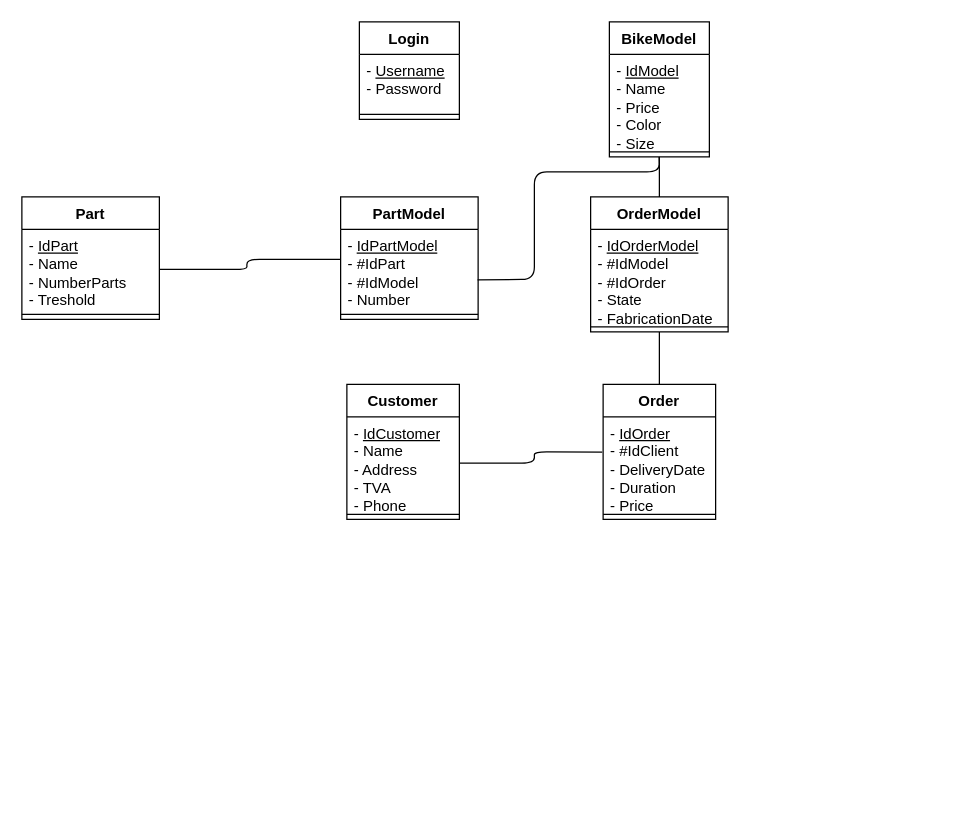
Above: Diagrams/DatabaseDiagram.drawio in alex210501/GigaBike (draw.io), before the change. Source tidied: cells renumbered, new cells numbered last; positions are measured from the earlier drawing's top-left corner, leaving out a move shared by most shapes. Both pictures are drawn from the tidied source at 125%, with x=0, y=0 at pixel (21, 21).
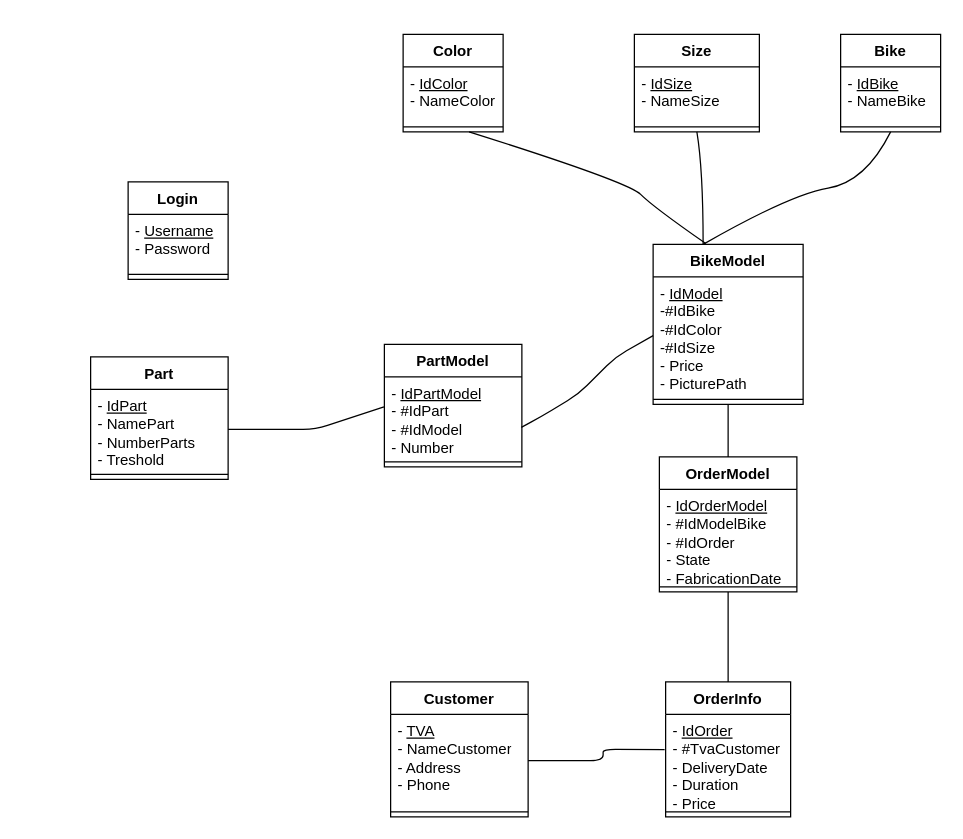
After the change.

Unchanged cells that the change refers to:
```xml
<mxCell id="18" value="- &lt;u&gt;IdPartModel&lt;/u&gt;&lt;br&gt;- #IdPart&lt;br&gt;- #IdModel&lt;br&gt;- Number" style="text;strokeColor=none;fillColor=none;align=left;verticalAlign=top;spacingLeft=4;spacingRight=4;overflow=hidden;points=[[0,0.5],[1,0.5]];portConstraint=eastwest;fontStyle=0;html=1;" parent="17" vertex="1">
  <mxGeometry y="26" width="110" height="64" as="geometry" />
</mxCell>
```

What changed in the source:
```diff
@@
     <mxCell id="2" value="Login" style="swimlane;fontStyle=1;align=center;verticalAlign=top;horizontal=1;startSize=26;" parent="1" vertex="1">
-      <mxGeometry x="270" width="80" height="78" as="geometry" />
+      <mxGeometry x="85" y="128" width="80" height="78" as="geometry" />
     </mxCell>
@@
     <mxCell id="5" value="BikeModel" style="swimlane;fontStyle=1;align=center;verticalAlign=top;horizontal=1;startSize=26;" parent="1" vertex="1">
-      <mxGeometry x="470" width="80" height="108" as="geometry" />
+      <mxGeometry x="505" y="178" width="120" height="128" as="geometry" />
     </mxCell>
-    <mxCell id="6" value="- &lt;u&gt;IdModel&lt;/u&gt;&lt;br&gt;- Name&lt;br&gt;- Price&lt;br&gt;- Color&lt;br&gt;- Size" style="text;strokeColor=none;fillColor=none;align=left;verticalAlign=top;spacingLeft=4;spacingRight=4;overflow=hidden;points=[[0,0.5],[1,0.5]];portConstraint=eastwest;fontStyle=0;html=1;" parent="5" vertex="1">
-      <mxGeometry y="26" width="80" height="74" as="geometry" />
+    <mxCell id="6" value="- &lt;u&gt;IdModel&lt;/u&gt;&lt;br&gt;-#IdBike&lt;br&gt;-#IdColor&lt;br&gt;-#IdSize&lt;br&gt;- Price&lt;br&gt;- PicturePath" style="text;strokeColor=none;fillColor=none;align=left;verticalAlign=top;spacingLeft=4;spacingRight=4;overflow=hidden;points=[[0,0.5],[1,0.5]];portConstraint=eastwest;fontStyle=0;html=1;" parent="5" vertex="1">
+      <mxGeometry y="26" width="120" height="94" as="geometry" />
     </mxCell>
     <mxCell id="7" style="line;strokeWidth=1;fillColor=none;align=left;verticalAlign=middle;spacingTop=-1;spacingLeft=3;spacingRight=3;labelPosition=right;" parent="5" vertex="1">
-      <mxGeometry y="100" width="80" height="8" as="geometry" />
+      <mxGeometry y="120" width="120" height="8" as="geometry" />
     </mxCell>
     <mxCell id="8" value="OrderModel" style="swimlane;fontStyle=1;align=center;verticalAlign=top;horizontal=1;startSize=26;" parent="1" vertex="1">
-      <mxGeometry x="455" y="140" width="110" height="108" as="geometry" />
+      <mxGeometry x="510" y="348" width="110" height="108" as="geometry" />
     </mxCell>
-    <mxCell id="9" value="- &lt;u&gt;IdOrderModel&lt;/u&gt;&lt;br&gt;- #IdModel&lt;br&gt;- #IdOrder&lt;br&gt;- State&lt;br&gt;- FabricationDate" style="text;strokeColor=none;fillColor=none;align=left;verticalAlign=top;spacingLeft=4;spacingRight=4;overflow=hidden;fontStyle=0;html=1;" parent="8" vertex="1">
+    <mxCell id="9" value="- &lt;u&gt;IdOrderModel&lt;/u&gt;&lt;br&gt;- #IdModelBike&lt;br&gt;- #IdOrder&lt;br&gt;- State&lt;br&gt;- FabricationDate" style="text;strokeColor=none;fillColor=none;align=left;verticalAlign=top;spacingLeft=4;spacingRight=4;overflow=hidden;fontStyle=0;html=1;" parent="8" vertex="1">
       <mxGeometry y="26" width="110" height="74" as="geometry" />
     </mxCell>
@@
-    <mxCell id="11" value="Order" style="swimlane;fontStyle=1;align=center;verticalAlign=top;horizontal=1;startSize=26;" parent="1" vertex="1">
-      <mxGeometry x="465" y="290" width="90" height="108" as="geometry" />
+    <mxCell id="11" value="OrderInfo" style="swimlane;fontStyle=1;align=center;verticalAlign=top;horizontal=1;startSize=26;" parent="1" vertex="1">
+      <mxGeometry x="515" y="528" width="100" height="108" as="geometry" />
     </mxCell>
-    <mxCell id="12" value="- &lt;u&gt;IdOrder&lt;/u&gt;&lt;br&gt;- #IdClient&lt;br&gt;- DeliveryDate&lt;br&gt;- Duration&lt;br&gt;- Price" style="text;strokeColor=none;fillColor=none;align=left;verticalAlign=top;spacingLeft=4;spacingRight=4;overflow=hidden;points=[[0,0.5],[1,0.5]];portConstraint=eastwest;fontStyle=0;html=1;" parent="11" vertex="1">
-      <mxGeometry y="26" width="90" height="74" as="geometry" />
+    <mxCell id="12" value="- &lt;u&gt;IdOrder&lt;/u&gt;&lt;br&gt;- #TvaCustomer&lt;br&gt;- DeliveryDate&lt;br&gt;- Duration&lt;br&gt;- Price" style="text;strokeColor=none;fillColor=none;align=left;verticalAlign=top;spacingLeft=4;spacingRight=4;overflow=hidden;points=[[0,0.5],[1,0.5]];portConstraint=eastwest;fontStyle=0;html=1;" parent="11" vertex="1">
+      <mxGeometry y="26" width="100" height="74" as="geometry" />
     </mxCell>
     <mxCell id="13" style="line;strokeWidth=1;fillColor=none;align=left;verticalAlign=middle;spacingTop=-1;spacingLeft=3;spacingRight=3;labelPosition=right;" parent="11" vertex="1">
-      <mxGeometry y="100" width="90" height="8" as="geometry" />
+      <mxGeometry y="100" width="100" height="8" as="geometry" />
     </mxCell>
     <mxCell id="14" value="Part" style="swimlane;fontStyle=1;align=center;verticalAlign=top;horizontal=1;startSize=26;" parent="1" vertex="1">
-      <mxGeometry y="140" width="110" height="98" as="geometry" />
+      <mxGeometry x="55" y="268" width="110" height="98" as="geometry" />
     </mxCell>
-    <mxCell id="15" value="- &lt;u&gt;IdPart&lt;/u&gt;&lt;br&gt;- Name&lt;br&gt;- NumberParts&lt;br&gt;- Treshold" style="text;strokeColor=none;fillColor=none;align=left;verticalAlign=top;spacingLeft=4;spacingRight=4;overflow=hidden;points=[[0,0.5],[1,0.5]];portConstraint=eastwest;fontStyle=0;html=1;" parent="14" vertex="1">
+    <mxCell id="15" value="- &lt;u&gt;IdPart&lt;/u&gt;&lt;br&gt;- NamePart&lt;br&gt;- NumberParts&lt;br&gt;- Treshold" style="text;strokeColor=none;fillColor=none;align=left;verticalAlign=top;spacingLeft=4;spacingRight=4;overflow=hidden;points=[[0,0.5],[1,0.5]];portConstraint=eastwest;fontStyle=0;html=1;" parent="14" vertex="1">
       <mxGeometry y="26" width="110" height="64" as="geometry" />
     </mxCell>
@@
     <mxCell id="17" value="PartModel" style="swimlane;fontStyle=1;align=center;verticalAlign=top;horizontal=1;startSize=26;" parent="1" vertex="1">
-      <mxGeometry x="255" y="140" width="110" height="98" as="geometry" />
+      <mxGeometry x="290" y="258" width="110" height="98" as="geometry" />
     </mxCell>
@@
-    <mxCell id="21" style="endArrow=none;html=1;entryX=0.5;entryY=1;entryDx=0;entryDy=0;exitX=0.996;exitY=0.631;exitDx=0;exitDy=0;exitPerimeter=0;" parent="1" edge="1" source="18">
+    <mxCell id="21" style="endArrow=none;html=1;entryX=0;entryY=0.5;entryDx=0;entryDy=0;exitX=0.996;exitY=0.631;exitDx=0;exitDy=0;exitPerimeter=0;" parent="1" edge="1" source="18" target="6">
       <mxGeometry relative="1" as="geometry">
-        <mxPoint x="509.8" y="108" as="targetPoint" />
         <Array as="points">
-          <mxPoint x="410" y="206" />
-          <mxPoint x="410" y="120" />
-          <mxPoint x="510" y="120" />
+          <mxPoint x="415" y="316" />
+          <mxPoint x="445" y="298" />
+          <mxPoint x="475" y="268" />
         </Array>
       </mxGeometry>
     </mxCell>
@@
     <mxCell id="23" style="endArrow=none;html=1;entryX=1;entryY=0.5;entryDx=0;entryDy=0;exitX=-0.003;exitY=0.375;exitDx=0;exitDy=0;exitPerimeter=0;" parent="1" edge="1" source="18" target="15">
       <mxGeometry relative="1" as="geometry">
         <Array as="points">
-          <mxPoint x="180" y="190" />
-          <mxPoint x="180" y="198" />
+          <mxPoint x="235" y="326" />
         </Array>
       </mxGeometry>
     </mxCell>
     <mxCell id="24" value="Customer" style="swimlane;fontStyle=1;align=center;verticalAlign=top;horizontal=1;startSize=26;" parent="1" vertex="1">
-      <mxGeometry x="260" y="290" width="90" height="108" as="geometry" />
+      <mxGeometry x="295" y="528" width="110" height="108" as="geometry" />
     </mxCell>
-    <mxCell id="25" value="- &lt;u&gt;IdCustomer&lt;/u&gt;&lt;br&gt;- Name&lt;br&gt;- Address&lt;br&gt;- TVA&lt;br&gt;- Phone" style="text;strokeColor=none;fillColor=none;align=left;verticalAlign=top;spacingLeft=4;spacingRight=4;overflow=hidden;points=[[0,0.5],[1,0.5]];portConstraint=eastwest;fontStyle=0;html=1;" parent="24" vertex="1">
-      <mxGeometry y="26" width="90" height="74" as="geometry" />
+    <mxCell id="25" value="- &lt;u&gt;TVA&lt;/u&gt;&lt;br&gt;- NameCustomer&lt;br&gt;- Address&lt;br&gt;- Phone" style="text;strokeColor=none;fillColor=none;align=left;verticalAlign=top;spacingLeft=4;spacingRight=4;overflow=hidden;points=[[0,0.5],[1,0.5]];portConstraint=eastwest;fontStyle=0;html=1;" parent="24" vertex="1">
+      <mxGeometry y="26" width="110" height="74" as="geometry" />
     </mxCell>
     <mxCell id="26" style="line;strokeWidth=1;fillColor=none;align=left;verticalAlign=middle;spacingTop=-1;spacingLeft=3;spacingRight=3;labelPosition=right;" parent="24" vertex="1">
-      <mxGeometry y="100" width="90" height="8" as="geometry" />
+      <mxGeometry y="100" width="110" height="8" as="geometry" />
     </mxCell>
     <mxCell id="27" style="endArrow=none;html=1;exitX=1;exitY=0.5;exitDx=0;exitDy=0;entryX=-0.008;entryY=0.38;entryDx=0;entryDy=0;entryPerimeter=0;" parent="1" edge="1" source="25" target="12">
       <mxGeometry relative="1" as="geometry">
         <Array as="points">
-          <mxPoint x="410" y="353" />
-          <mxPoint x="410" y="344" />
+          <mxPoint x="465" y="591" />
+          <mxPoint x="465" y="582" />
         </Array>
       </mxGeometry>
     </mxCell>
+    <mxCell id="28" value="Color" style="swimlane;fontStyle=1;align=center;verticalAlign=top;horizontal=1;startSize=26;" parent="1" vertex="1">
+      <mxGeometry x="305" y="10" width="80" height="78" as="geometry" />
+    </mxCell>
+    <mxCell id="29" value="- &lt;u&gt;IdColor&lt;/u&gt;&lt;br&gt;- NameColor" style="text;strokeColor=none;fillColor=none;align=left;verticalAlign=top;spacingLeft=4;spacingRight=4;overflow=hidden;fontStyle=0;html=1;" parent="28" vertex="1">
+      <mxGeometry y="26" width="80" height="44" as="geometry" />
+    </mxCell>
+    <mxCell id="30" style="line;strokeWidth=1;fillColor=none;align=left;verticalAlign=middle;spacingTop=-1;spacingLeft=3;spacingRight=3;labelPosition=right;points=[];portConstraint=eastwest;" parent="28" vertex="1">
+      <mxGeometry y="70" width="80" height="8" as="geometry" />
+    </mxCell>
+    <mxCell id="31" value="Size" style="swimlane;fontStyle=1;align=center;verticalAlign=top;horizontal=1;startSize=26;" parent="1" vertex="1">
+      <mxGeometry x="490" y="10" width="100" height="78" as="geometry" />
+    </mxCell>
+    <mxCell id="32" value="- &lt;u&gt;IdSize&lt;/u&gt;&lt;br&gt;- NameSize" style="text;strokeColor=none;fillColor=none;align=left;verticalAlign=top;spacingLeft=4;spacingRight=4;overflow=hidden;fontStyle=0;html=1;" parent="31" vertex="1">
+      <mxGeometry y="26" width="100" height="44" as="geometry" />
+    </mxCell>
+    <mxCell id="33" style="line;strokeWidth=1;fillColor=none;align=left;verticalAlign=middle;spacingTop=-1;spacingLeft=3;spacingRight=3;labelPosition=right;" parent="31" vertex="1">
+      <mxGeometry y="70" width="100" height="8" as="geometry" />
+    </mxCell>
+    <mxCell id="34" value="Bike" style="swimlane;fontStyle=1;align=center;verticalAlign=top;horizontal=1;startSize=26;" parent="1" vertex="1">
+      <mxGeometry x="655" y="10" width="80" height="78" as="geometry" />
+    </mxCell>
+    <mxCell id="35" value="- &lt;u&gt;IdBike&lt;/u&gt;&lt;br&gt;- NameBike" style="text;strokeColor=none;fillColor=none;align=left;verticalAlign=top;spacingLeft=4;spacingRight=4;overflow=hidden;fontStyle=0;html=1;" parent="34" vertex="1">
+      <mxGeometry y="26" width="80" height="44" as="geometry" />
+    </mxCell>
+    <mxCell id="36" style="line;strokeWidth=1;fillColor=none;align=left;verticalAlign=middle;spacingTop=-1;spacingLeft=3;spacingRight=3;labelPosition=right;" parent="34" vertex="1">
+      <mxGeometry y="70" width="80" height="8" as="geometry" />
+    </mxCell>
+    <mxCell id="37" style="curved=1;endArrow=none;html=1;rounded=0;entryX=0.351;entryY=-0.005;entryDx=0;entryDy=0;endFill=0;entryPerimeter=0;" parent="1" edge="1" source="30" target="5">
+      <mxGeometry relative="1" as="geometry">
+        <Array as="points">
+          <mxPoint x="485" y="128" />
+          <mxPoint x="505" y="148" />
+        </Array>
+      </mxGeometry>
+    </mxCell>
+    <mxCell id="38" style="curved=1;endArrow=none;html=1;rounded=0;entryX=0.5;entryY=1;entryDx=0;entryDy=0;endFill=0;" parent="1" edge="1" target="31">
+      <mxGeometry relative="1" as="geometry">
+        <mxPoint x="545" y="178" as="sourcePoint" />
+        <Array as="points">
+          <mxPoint x="545" y="118" />
+        </Array>
+      </mxGeometry>
+    </mxCell>
+    <mxCell id="39" style="curved=1;endArrow=none;html=1;rounded=0;entryX=0.5;entryY=1;entryDx=0;entryDy=0;endFill=0;" parent="1" edge="1" target="34">
+      <mxGeometry relative="1" as="geometry">
+        <mxPoint x="545" y="178" as="sourcePoint" />
+        <Array as="points">
+          <mxPoint x="615" y="138" />
+          <mxPoint x="675" y="128" />
+        </Array>
+      </mxGeometry>
+    </mxCell>
```
